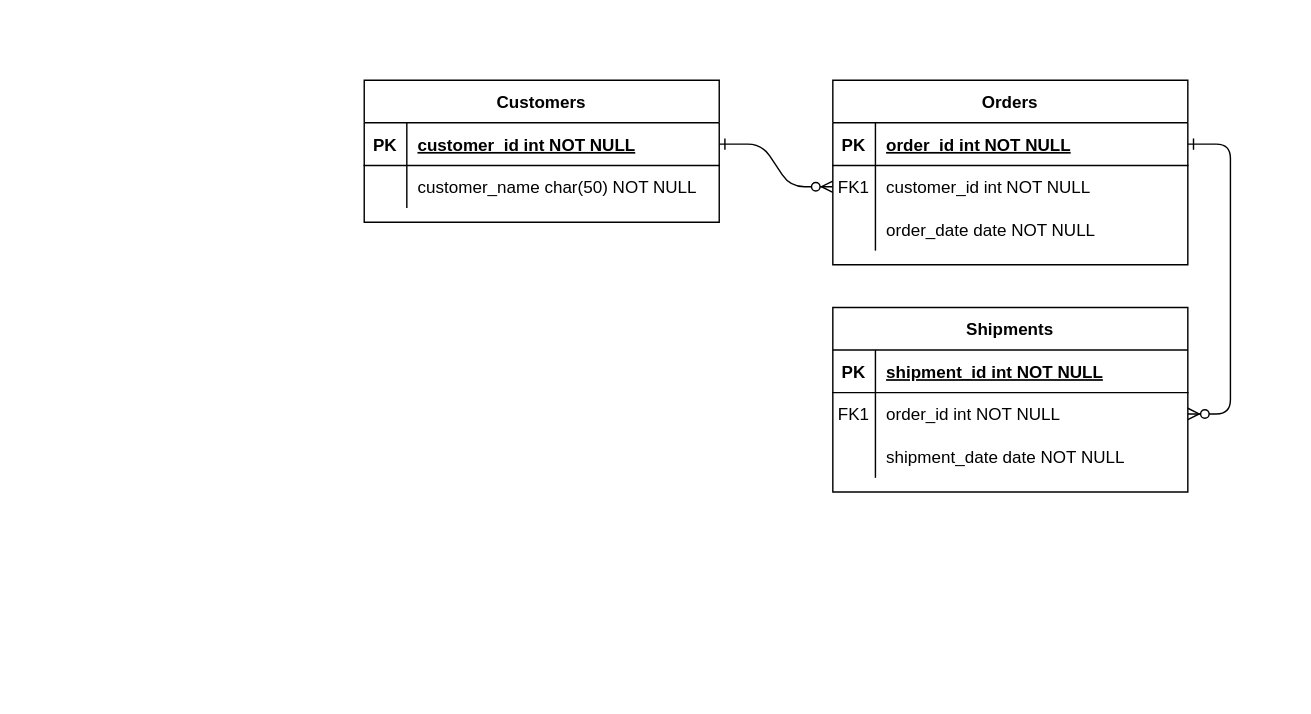
The draw.io diagram Untitled Diagram.drawio in flavor-us/backend, before the edit. Source tidied: cells renumbered, new cells numbered last; positions are measured from the earlier drawing's top-left corner, leaving out a move shared by most shapes. Both pictures are drawn from the tidied source at 142%, with x=0, y=0 at pixel (364, 80).
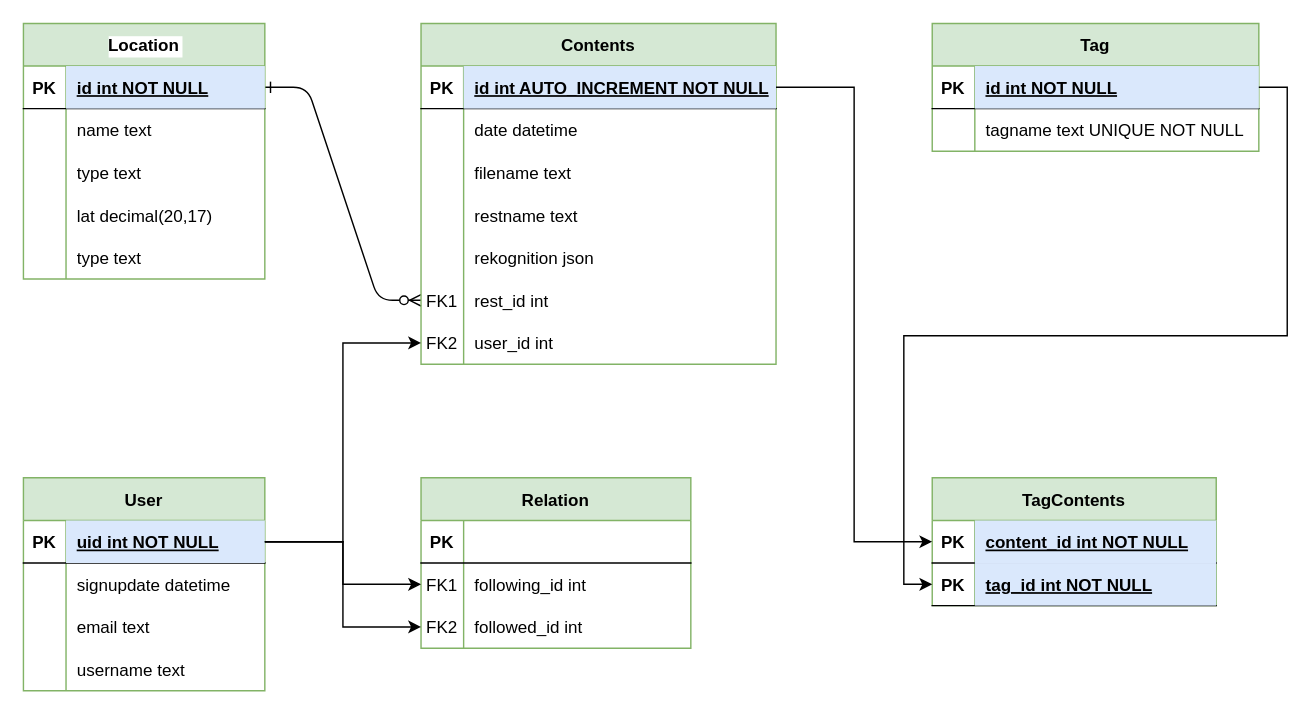
The same diagram, later.

Unchanged cells that the change refers to:
```xml
<mxCell id="25" style="shape=partialRectangle;fillColor=none;points=[[0,0.5],[1,0.5]];portConstraint=eastwest;top=0;left=0;right=0;bottom=1;" parent="24" vertex="1">
  <mxGeometry y="30" width="250" height="30" as="geometry" />
</mxCell>
<mxCell id="28" style="shape=partialRectangle;fillColor=none;top=0;left=0;right=0;bottom=0;" parent="24" vertex="1">
  <mxGeometry y="60" width="250" height="30" as="geometry" />
</mxCell>
```

What changed in the source:
```diff
@@
-    <mxCell id="2" style="edgeStyle=entityRelationEdgeStyle;endArrow=ERzeroToMany;startArrow=ERone;endFill=1;startFill=0;" parent="1" edge="1" source="25" target="8">
-      <mxGeometry relative="1" as="geometry" />
-    </mxCell>
-    <mxCell id="3" style="edgeStyle=entityRelationEdgeStyle;endArrow=ERzeroToMany;startArrow=ERone;endFill=1;startFill=0;" parent="1" edge="1" source="5" target="18">
+    <mxCell id="3" style="edgeStyle=entityRelationEdgeStyle;endArrow=ERzeroToMany;startArrow=ERone;endFill=1;startFill=0;entryX=0;entryY=0.5;entryDx=0;entryDy=0;" parent="1" edge="1" source="5" target="45">
       <mxGeometry relative="1" as="geometry" />
     </mxCell>
-    <mxCell id="4" value="Orders" style="shape=table;startSize=30;childLayout=tableLayout;rowLines=0;fontStyle=1;align=center;" parent="1" vertex="1">
-      <mxGeometry x="330" width="250" height="130" as="geometry" />
+    <mxCell id="4" value="Location" style="shape=table;startSize=30;childLayout=tableLayout;rowLines=0;fontStyle=1;align=center;labelBackgroundColor=default;fillColor=#d5e8d4;strokeColor=#82b366;" parent="1" vertex="1">
+      <mxGeometry x="-240" y="-40" width="170" height="180" as="geometry" />
     </mxCell>
     <mxCell id="5" style="shape=partialRectangle;fillColor=none;points=[[0,0.5],[1,0.5]];portConstraint=eastwest;top=0;left=0;right=0;bottom=1;" parent="4" vertex="1">
-      <mxGeometry y="30" width="250" height="30" as="geometry" />
+      <mxGeometry y="30" width="170" height="30" as="geometry" />
     </mxCell>
@@
-    <mxCell id="7" value="order_id int NOT NULL " style="shape=partialRectangle;overflow=hidden;fillColor=none;top=0;left=0;bottom=0;right=0;align=left;spacingLeft=6;fontStyle=5;" parent="5" vertex="1">
-      <mxGeometry x="30" width="220" height="30" as="geometry" />
+    <mxCell id="7" value="id int NOT NULL " style="shape=partialRectangle;overflow=hidden;fillColor=#dae8fc;top=0;left=0;bottom=0;right=0;align=left;spacingLeft=6;fontStyle=5;labelBackgroundColor=none;strokeColor=#6c8ebf;" parent="5" vertex="1">
+      <mxGeometry x="30" width="140" height="30" as="geometry" />
     </mxCell>
     <mxCell id="8" style="shape=partialRectangle;fillColor=none;points=[[0,0.5],[1,0.5]];portConstraint=eastwest;top=0;left=0;right=0;bottom=0;" parent="4" vertex="1">
-      <mxGeometry y="60" width="250" height="30" as="geometry" />
+      <mxGeometry y="60" width="170" height="30" as="geometry" />
     </mxCell>
-    <mxCell id="9" value="FK1" style="shape=partialRectangle;overflow=hidden;fillColor=none;top=0;left=0;bottom=0;right=0;" parent="8" vertex="1">
+    <mxCell id="9" style="shape=partialRectangle;overflow=hidden;fillColor=none;top=0;left=0;bottom=0;right=0;" parent="8" vertex="1">
       <mxGeometry width="30" height="30" as="geometry" />
     </mxCell>
-    <mxCell id="10" value="customer_id int NOT NULL" style="shape=partialRectangle;overflow=hidden;fillColor=none;top=0;left=0;bottom=0;right=0;align=left;spacingLeft=6;" parent="8" vertex="1">
-      <mxGeometry x="30" width="220" height="30" as="geometry" />
+    <mxCell id="10" value="name text" style="shape=partialRectangle;overflow=hidden;fillColor=none;top=0;left=0;bottom=0;right=0;align=left;spacingLeft=6;" parent="8" vertex="1">
+      <mxGeometry x="30" width="140" height="30" as="geometry" />
     </mxCell>
     <mxCell id="11" style="shape=partialRectangle;fillColor=none;top=0;left=0;right=0;bottom=0;" parent="4" vertex="1">
-      <mxGeometry y="90" width="250" height="30" as="geometry" />
+      <mxGeometry y="90" width="170" height="30" as="geometry" />
     </mxCell>
@@
-    <mxCell id="13" value="order_date date NOT NULL" style="shape=partialRectangle;overflow=hidden;fillColor=none;top=0;left=0;bottom=0;right=0;align=left;spacingLeft=6;" parent="11" vertex="1">
-      <mxGeometry x="30" width="220" height="30" as="geometry" />
+    <mxCell id="13" value="type text" style="shape=partialRectangle;overflow=hidden;fillColor=none;top=0;left=0;bottom=0;right=0;align=left;spacingLeft=6;" parent="11" vertex="1">
+      <mxGeometry x="30" width="140" height="30" as="geometry" />
     </mxCell>
+    <mxCell id="31" style="shape=partialRectangle;fillColor=none;top=0;left=0;right=0;bottom=0;" parent="4" vertex="1">
+      <mxGeometry y="120" width="170" height="30" as="geometry" />
+    </mxCell>
+    <mxCell id="32" style="shape=partialRectangle;overflow=hidden;fillColor=none;top=0;left=0;bottom=0;right=0;" parent="31" vertex="1">
+      <mxGeometry width="30" height="30" as="geometry" />
+    </mxCell>
+    <mxCell id="33" value="lat decimal(20,17)" style="shape=partialRectangle;overflow=hidden;fillColor=none;top=0;left=0;bottom=0;right=0;align=left;spacingLeft=6;" parent="31" vertex="1">
+      <mxGeometry x="30" width="140" height="30" as="geometry" />
+    </mxCell>
+    <mxCell id="34" style="shape=partialRectangle;fillColor=none;top=0;left=0;right=0;bottom=0;" parent="4" vertex="1">
+      <mxGeometry y="150" width="170" height="30" as="geometry" />
+    </mxCell>
+    <mxCell id="35" style="shape=partialRectangle;overflow=hidden;fillColor=none;top=0;left=0;bottom=0;right=0;" parent="34" vertex="1">
+      <mxGeometry width="30" height="30" as="geometry" />
+    </mxCell>
+    <mxCell id="36" value="type text" style="shape=partialRectangle;overflow=hidden;fillColor=none;top=0;left=0;bottom=0;right=0;align=left;spacingLeft=6;" parent="34" vertex="1">
+      <mxGeometry x="30" width="140" height="30" as="geometry" />
+    </mxCell>
-    <mxCell id="14" value="Shipments" style="shape=table;startSize=30;childLayout=tableLayout;rowLines=0;fontStyle=1;align=center;" parent="1" vertex="1">
-      <mxGeometry x="330" y="160" width="250" height="130" as="geometry" />
+    <mxCell id="14" value="Tag" style="shape=table;startSize=30;childLayout=tableLayout;rowLines=0;fontStyle=1;align=center;fillColor=#d5e8d4;strokeColor=#82b366;" parent="1" vertex="1">
+      <mxGeometry x="400" y="-40" width="230" height="90" as="geometry" />
     </mxCell>
     <mxCell id="15" style="shape=partialRectangle;fillColor=none;points=[[0,0.5],[1,0.5]];portConstraint=eastwest;top=0;left=0;right=0;bottom=1;" parent="14" vertex="1">
-      <mxGeometry y="30" width="250" height="30" as="geometry" />
+      <mxGeometry y="30" width="230" height="30" as="geometry" />
     </mxCell>
@@
-    <mxCell id="17" value="shipment_id int NOT NULL " style="shape=partialRectangle;overflow=hidden;fillColor=none;top=0;left=0;bottom=0;right=0;align=left;spacingLeft=6;fontStyle=5;" parent="15" vertex="1">
-      <mxGeometry x="30" width="220" height="30" as="geometry" />
+    <mxCell id="17" value="id int NOT NULL " style="shape=partialRectangle;overflow=hidden;fillColor=#dae8fc;top=0;left=0;bottom=0;right=0;align=left;spacingLeft=6;fontStyle=5;strokeColor=#6c8ebf;" parent="15" vertex="1">
+      <mxGeometry x="30" width="200" height="30" as="geometry" />
     </mxCell>
     <mxCell id="18" style="shape=partialRectangle;fillColor=none;points=[[0,0.5],[1,0.5]];portConstraint=eastwest;top=0;left=0;right=0;bottom=0;" parent="14" vertex="1">
-      <mxGeometry y="60" width="250" height="30" as="geometry" />
+      <mxGeometry y="60" width="230" height="30" as="geometry" />
     </mxCell>
-    <mxCell id="19" value="FK1" style="shape=partialRectangle;overflow=hidden;fillColor=none;top=0;left=0;bottom=0;right=0;" parent="18" vertex="1">
+    <mxCell id="19" style="shape=partialRectangle;overflow=hidden;fillColor=none;top=0;left=0;bottom=0;right=0;" parent="18" vertex="1">
       <mxGeometry width="30" height="30" as="geometry" />
     </mxCell>
-    <mxCell id="20" value="order_id int NOT NULL" style="shape=partialRectangle;overflow=hidden;fillColor=none;top=0;left=0;bottom=0;right=0;align=left;spacingLeft=6;" parent="18" vertex="1">
-      <mxGeometry x="30" width="220" height="30" as="geometry" />
+    <mxCell id="20" value="tagname text UNIQUE NOT NULL" style="shape=partialRectangle;overflow=hidden;fillColor=none;top=0;left=0;bottom=0;right=0;align=left;spacingLeft=6;" parent="18" vertex="1">
+      <mxGeometry x="30" width="200" height="30" as="geometry" />
     </mxCell>
-    <mxCell id="21" style="shape=partialRectangle;fillColor=none;top=0;left=0;right=0;bottom=0;" parent="14" vertex="1">
-      <mxGeometry y="90" width="250" height="30" as="geometry" />
-    </mxCell>
-    <mxCell id="22" style="shape=partialRectangle;overflow=hidden;fillColor=none;top=0;left=0;bottom=0;right=0;" parent="21" vertex="1">
-      <mxGeometry width="30" height="30" as="geometry" />
-    </mxCell>
-    <mxCell id="23" value="shipment_date date NOT NULL" style="shape=partialRectangle;overflow=hidden;fillColor=none;top=0;left=0;bottom=0;right=0;align=left;spacingLeft=6;" parent="21" vertex="1">
-      <mxGeometry x="30" width="220" height="30" as="geometry" />
-    </mxCell>
-    <mxCell id="24" value="Customers" style="shape=table;startSize=30;childLayout=tableLayout;rowLines=0;fontStyle=1;align=center;" parent="1" vertex="1">
-      <mxGeometry width="250" height="100" as="geometry" />
+    <mxCell id="24" value="Contents" style="shape=table;startSize=30;childLayout=tableLayout;rowLines=0;fontStyle=1;align=center;fillColor=#d5e8d4;strokeColor=#82b366;" parent="1" vertex="1">
+      <mxGeometry x="40" y="-40" width="250" height="240" as="geometry" />
     </mxCell>
@@
-    <mxCell id="27" value="customer_id int NOT NULL " style="shape=partialRectangle;overflow=hidden;fillColor=none;top=0;left=0;bottom=0;right=0;align=left;spacingLeft=6;fontStyle=5;" parent="25" vertex="1">
+    <mxCell id="27" value="id int AUTO_INCREMENT NOT NULL " style="shape=partialRectangle;overflow=hidden;fillColor=#dae8fc;top=0;left=0;bottom=0;right=0;align=left;spacingLeft=6;fontStyle=5;strokeColor=#6c8ebf;" parent="25" vertex="1">
       <mxGeometry x="30" width="220" height="30" as="geometry" />
     </mxCell>
@@
-    <mxCell id="30" value="customer_name char(50) NOT NULL" style="shape=partialRectangle;overflow=hidden;fillColor=none;top=0;left=0;bottom=0;right=0;align=left;spacingLeft=6;" parent="28" vertex="1">
+    <mxCell id="30" value="date datetime " style="shape=partialRectangle;overflow=hidden;fillColor=none;top=0;left=0;bottom=0;right=0;align=left;spacingLeft=6;" parent="28" vertex="1">
       <mxGeometry x="30" width="220" height="30" as="geometry" />
     </mxCell>
+    <mxCell id="21" style="shape=partialRectangle;fillColor=none;top=0;left=0;right=0;bottom=0;" parent="24" vertex="1">
+      <mxGeometry y="90" width="250" height="30" as="geometry" />
+    </mxCell>
+    <mxCell id="37" style="shape=partialRectangle;overflow=hidden;fillColor=none;top=0;left=0;bottom=0;right=0;" parent="21" vertex="1">
+      <mxGeometry width="30" height="30" as="geometry" />
+    </mxCell>
+    <mxCell id="38" value="filename text" style="shape=partialRectangle;overflow=hidden;fillColor=none;top=0;left=0;bottom=0;right=0;align=left;spacingLeft=6;" parent="21" vertex="1">
+      <mxGeometry x="30" width="220" height="30" as="geometry" />
+    </mxCell>
+    <mxCell id="39" style="shape=partialRectangle;fillColor=none;top=0;left=0;right=0;bottom=0;" parent="24" vertex="1">
+      <mxGeometry y="120" width="250" height="30" as="geometry" />
+    </mxCell>
+    <mxCell id="40" style="shape=partialRectangle;overflow=hidden;fillColor=none;top=0;left=0;bottom=0;right=0;" parent="39" vertex="1">
+      <mxGeometry width="30" height="30" as="geometry" />
+    </mxCell>
+    <mxCell id="41" value="restname text" style="shape=partialRectangle;overflow=hidden;fillColor=none;top=0;left=0;bottom=0;right=0;align=left;spacingLeft=6;" parent="39" vertex="1">
+      <mxGeometry x="30" width="220" height="30" as="geometry" />
+    </mxCell>
+    <mxCell id="42" style="shape=partialRectangle;fillColor=none;top=0;left=0;right=0;bottom=0;" parent="24" vertex="1">
+      <mxGeometry y="150" width="250" height="30" as="geometry" />
+    </mxCell>
+    <mxCell id="43" style="shape=partialRectangle;overflow=hidden;fillColor=none;top=0;left=0;bottom=0;right=0;" parent="42" vertex="1">
+      <mxGeometry width="30" height="30" as="geometry" />
+    </mxCell>
+    <mxCell id="44" value="rekognition json" style="shape=partialRectangle;overflow=hidden;fillColor=none;top=0;left=0;bottom=0;right=0;align=left;spacingLeft=6;" parent="42" vertex="1">
+      <mxGeometry x="30" width="220" height="30" as="geometry" />
+    </mxCell>
+    <mxCell id="45" style="shape=partialRectangle;fillColor=none;points=[[0,0.5],[1,0.5]];portConstraint=eastwest;top=0;left=0;right=0;bottom=0;" parent="24" vertex="1">
+      <mxGeometry y="180" width="250" height="30" as="geometry" />
+    </mxCell>
+    <mxCell id="46" value="FK1" style="shape=partialRectangle;overflow=hidden;fillColor=none;top=0;left=0;bottom=0;right=0;" parent="45" vertex="1">
+      <mxGeometry width="30" height="30" as="geometry" />
+    </mxCell>
+    <mxCell id="47" value="rest_id int" style="shape=partialRectangle;overflow=hidden;fillColor=none;top=0;left=0;bottom=0;right=0;align=left;spacingLeft=6;" parent="45" vertex="1">
+      <mxGeometry x="30" width="220" height="30" as="geometry" />
+    </mxCell>
+    <mxCell id="48" style="shape=partialRectangle;fillColor=none;points=[[0,0.5],[1,0.5]];portConstraint=eastwest;top=0;left=0;right=0;bottom=0;" parent="24" vertex="1">
+      <mxGeometry y="210" width="250" height="30" as="geometry" />
+    </mxCell>
+    <mxCell id="49" value="FK2" style="shape=partialRectangle;overflow=hidden;fillColor=none;top=0;left=0;bottom=0;right=0;" parent="48" vertex="1">
+      <mxGeometry width="30" height="30" as="geometry" />
+    </mxCell>
+    <mxCell id="50" value="user_id int" style="shape=partialRectangle;overflow=hidden;fillColor=none;top=0;left=0;bottom=0;right=0;align=left;spacingLeft=6;" parent="48" vertex="1">
+      <mxGeometry x="30" width="220" height="30" as="geometry" />
+    </mxCell>
+    <mxCell id="51" value="User" style="shape=table;startSize=30;childLayout=tableLayout;rowLines=0;fontStyle=1;align=center;fillColor=#d5e8d4;strokeColor=#82b366;" parent="1" vertex="1">
+      <mxGeometry x="-240" y="280" width="170" height="150" as="geometry" />
+    </mxCell>
+    <mxCell id="52" style="shape=partialRectangle;fillColor=none;top=0;left=0;bottom=1;right=0;points=[[0,0.5],[1,0.5]];portConstraint=eastwest;" parent="51" vertex="1">
+      <mxGeometry y="30" width="170" height="30" as="geometry" />
+    </mxCell>
+    <mxCell id="53" value="PK" style="shape=partialRectangle;fillColor=none;top=0;left=0;bottom=0;right=0;fontStyle=1;overflow=hidden;" parent="52" vertex="1">
+      <mxGeometry width="30" height="30" as="geometry" />
+    </mxCell>
+    <mxCell id="54" value="uid int NOT NULL" style="shape=partialRectangle;fillColor=#dae8fc;top=0;left=0;bottom=0;right=0;align=left;spacingLeft=6;fontStyle=5;overflow=hidden;strokeColor=#6c8ebf;" parent="52" vertex="1">
+      <mxGeometry x="30" width="140" height="30" as="geometry" />
+    </mxCell>
+    <mxCell id="55" style="shape=partialRectangle;fillColor=none;top=0;left=0;bottom=0;right=0;" parent="51" vertex="1">
+      <mxGeometry y="60" width="170" height="30" as="geometry" />
+    </mxCell>
+    <mxCell id="56" style="shape=partialRectangle;fillColor=none;top=0;left=0;bottom=0;right=0;overflow=hidden;" parent="55" vertex="1">
+      <mxGeometry width="30" height="30" as="geometry" />
+    </mxCell>
+    <mxCell id="57" value="signupdate datetime" style="shape=partialRectangle;fillColor=none;top=0;left=0;bottom=0;right=0;align=left;spacingLeft=6;overflow=hidden;" parent="55" vertex="1">
+      <mxGeometry x="30" width="140" height="30" as="geometry" />
+    </mxCell>
+    <mxCell id="58" style="shape=partialRectangle;fillColor=none;top=0;left=0;bottom=0;right=0;" parent="51" vertex="1">
+      <mxGeometry y="90" width="170" height="30" as="geometry" />
+    </mxCell>
+    <mxCell id="59" style="shape=partialRectangle;fillColor=none;top=0;left=0;bottom=0;right=0;overflow=hidden;" parent="58" vertex="1">
+      <mxGeometry width="30" height="30" as="geometry" />
+    </mxCell>
+    <mxCell id="60" value="email text" style="shape=partialRectangle;fillColor=none;top=0;left=0;bottom=0;right=0;align=left;spacingLeft=6;overflow=hidden;" parent="58" vertex="1">
+      <mxGeometry x="30" width="140" height="30" as="geometry" />
+    </mxCell>
+    <mxCell id="61" style="shape=partialRectangle;fillColor=none;top=0;left=0;bottom=0;right=0;" parent="51" vertex="1">
+      <mxGeometry y="120" width="170" height="30" as="geometry" />
+    </mxCell>
+    <mxCell id="62" style="shape=partialRectangle;fillColor=none;top=0;left=0;bottom=0;right=0;overflow=hidden;" parent="61" vertex="1">
+      <mxGeometry width="30" height="30" as="geometry" />
+    </mxCell>
+    <mxCell id="63" value="username text" style="shape=partialRectangle;fillColor=none;top=0;left=0;bottom=0;right=0;align=left;spacingLeft=6;overflow=hidden;" parent="61" vertex="1">
+      <mxGeometry x="30" width="140" height="30" as="geometry" />
+    </mxCell>
+    <mxCell id="64" value="TagContents" style="shape=table;startSize=30;childLayout=tableLayout;rowLines=0;fontStyle=1;align=center;fillColor=#d5e8d4;strokeColor=#82b366;" parent="1" vertex="1">
+      <mxGeometry x="400" y="280" width="200" height="90" as="geometry" />
+    </mxCell>
+    <mxCell id="65" style="shape=partialRectangle;fillColor=none;top=0;left=0;bottom=1;right=0;points=[[0,0.5],[1,0.5]];portConstraint=eastwest;" parent="64" vertex="1">
+      <mxGeometry y="30" width="200" height="30" as="geometry" />
+    </mxCell>
+    <mxCell id="66" value="PK" style="shape=partialRectangle;fillColor=none;top=0;left=0;bottom=0;right=0;fontStyle=1;overflow=hidden;" parent="65" vertex="1">
+      <mxGeometry width="30" height="30" as="geometry" />
+    </mxCell>
+    <mxCell id="67" value="content_id int NOT NULL" style="shape=partialRectangle;fillColor=#dae8fc;top=0;left=0;bottom=0;right=0;align=left;spacingLeft=6;fontStyle=5;overflow=hidden;strokeColor=#6c8ebf;" parent="65" vertex="1">
+      <mxGeometry x="30" width="170" height="30" as="geometry" />
+    </mxCell>
+    <mxCell id="68" style="shape=partialRectangle;fillColor=none;top=0;left=0;bottom=1;right=0;points=[[0,0.5],[1,0.5]];portConstraint=eastwest;" parent="64" vertex="1">
+      <mxGeometry y="60" width="200" height="30" as="geometry" />
+    </mxCell>
+    <mxCell id="69" value="PK" style="shape=partialRectangle;fillColor=none;top=0;left=0;bottom=0;right=0;fontStyle=1;overflow=hidden;" parent="68" vertex="1">
+      <mxGeometry width="30" height="30" as="geometry" />
+    </mxCell>
+    <mxCell id="70" value="tag_id int NOT NULL" style="shape=partialRectangle;fillColor=#dae8fc;top=0;left=0;bottom=0;right=0;align=left;spacingLeft=6;fontStyle=5;overflow=hidden;strokeColor=#6c8ebf;" parent="68" vertex="1">
+      <mxGeometry x="30" width="170" height="30" as="geometry" />
+    </mxCell>
+    <mxCell id="71" value="Relation" style="shape=table;startSize=30;childLayout=tableLayout;rowLines=0;fontStyle=1;align=center;fillColor=#d5e8d4;strokeColor=#82b366;" parent="1" vertex="1">
+      <mxGeometry x="40" y="280" width="190" height="120" as="geometry" />
+    </mxCell>
+    <mxCell id="72" style="shape=partialRectangle;fillColor=none;top=0;left=0;bottom=1;right=0;" parent="71" vertex="1">
+      <mxGeometry y="30" width="190" height="30" as="geometry" />
+    </mxCell>
+    <mxCell id="73" value="PK" style="shape=partialRectangle;fillColor=none;top=0;left=0;bottom=0;right=0;fontStyle=1;overflow=hidden;" parent="72" vertex="1">
+      <mxGeometry width="30" height="30" as="geometry" />
+    </mxCell>
+    <mxCell id="74" style="shape=partialRectangle;fillColor=none;top=0;left=0;bottom=0;right=0;align=left;spacingLeft=6;fontStyle=5;overflow=hidden;" parent="72" vertex="1">
+      <mxGeometry x="30" width="160" height="30" as="geometry" />
+    </mxCell>
+    <mxCell id="75" style="shape=partialRectangle;fillColor=none;top=0;left=0;bottom=0;right=0;points=[[0,0.5],[1,0.5]];portConstraint=eastwest;" parent="71" vertex="1">
+      <mxGeometry y="60" width="190" height="30" as="geometry" />
+    </mxCell>
+    <mxCell id="76" value="FK1" style="shape=partialRectangle;fillColor=none;top=0;left=0;bottom=0;right=0;overflow=hidden;" parent="75" vertex="1">
+      <mxGeometry width="30" height="30" as="geometry" />
+    </mxCell>
+    <mxCell id="77" value="following_id int" style="shape=partialRectangle;fillColor=none;top=0;left=0;bottom=0;right=0;align=left;spacingLeft=6;overflow=hidden;" parent="75" vertex="1">
+      <mxGeometry x="30" width="160" height="30" as="geometry" />
+    </mxCell>
+    <mxCell id="78" style="shape=partialRectangle;fillColor=none;top=0;left=0;bottom=0;right=0;points=[[0,0.5],[1,0.5]];portConstraint=eastwest;" parent="71" vertex="1">
+      <mxGeometry y="90" width="190" height="30" as="geometry" />
+    </mxCell>
+    <mxCell id="79" value="FK2" style="shape=partialRectangle;fillColor=none;top=0;left=0;bottom=0;right=0;overflow=hidden;" parent="78" vertex="1">
+      <mxGeometry width="30" height="30" as="geometry" />
+    </mxCell>
+    <mxCell id="80" value="followed_id int" style="shape=partialRectangle;fillColor=none;top=0;left=0;bottom=0;right=0;align=left;spacingLeft=6;overflow=hidden;" parent="78" vertex="1">
+      <mxGeometry x="30" width="160" height="30" as="geometry" />
+    </mxCell>
+    <mxCell id="81" style="edgeStyle=orthogonalEdgeStyle;rounded=0;jettySize=auto;html=1;exitX=1;exitY=0.5;exitDx=0;exitDy=0;" parent="1" edge="1" source="52" target="75">
+      <mxGeometry relative="1" as="geometry" />
+    </mxCell>
+    <mxCell id="82" style="edgeStyle=orthogonalEdgeStyle;rounded=0;jettySize=auto;html=1;exitX=1;exitY=0.5;exitDx=0;exitDy=0;entryX=0;entryY=0.5;entryDx=0;entryDy=0;" parent="1" edge="1" source="52" target="78">
+      <mxGeometry relative="1" as="geometry" />
+    </mxCell>
+    <mxCell id="83" style="edgeStyle=orthogonalEdgeStyle;rounded=0;jettySize=auto;html=1;exitX=1;exitY=0.5;exitDx=0;exitDy=0;entryX=0;entryY=0.5;entryDx=0;entryDy=0;" parent="1" edge="1" source="15" target="68">
+      <mxGeometry relative="1" as="geometry" />
+    </mxCell>
+    <mxCell id="84" style="edgeStyle=orthogonalEdgeStyle;rounded=0;jettySize=auto;html=1;exitX=1;exitY=0.5;exitDx=0;exitDy=0;entryX=0;entryY=0.5;entryDx=0;entryDy=0;" parent="1" edge="1" source="25" target="65">
+      <mxGeometry relative="1" as="geometry" />
+    </mxCell>
+    <mxCell id="85" style="edgeStyle=orthogonalEdgeStyle;rounded=0;jettySize=auto;html=1;exitX=1;exitY=0.5;exitDx=0;exitDy=0;entryX=0;entryY=0.5;entryDx=0;entryDy=0;" parent="1" edge="1" source="52" target="48">
+      <mxGeometry relative="1" as="geometry" />
+    </mxCell>
```
